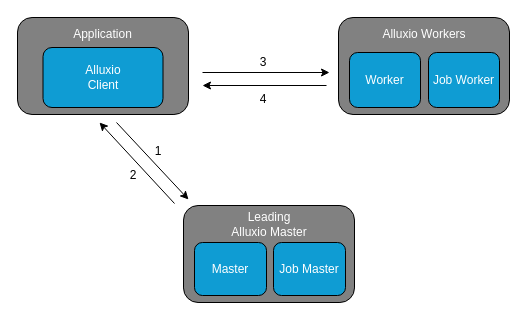
Before: alluxio FreeWorker.drawio in YichuanSun/blog_picture, a draw.io diagram. Source tidied: cells renumbered, new cells numbered last; positions are measured from the earlier drawing's top-left corner, leaving out a move shared by most shapes. Both pictures are drawn from the tidied source at 100%, with x=0, y=0 at pixel (17, 17).
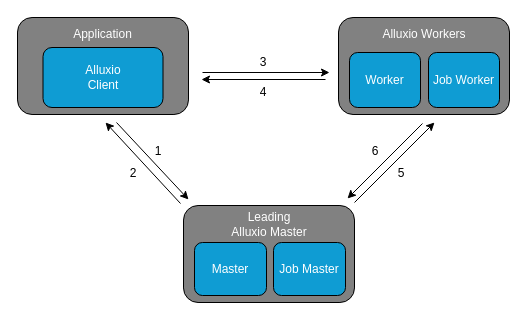
After the change.

What changed in the source:
```diff
@@
     <mxCell id="6" style="endArrow=classic;html=1;rounded=0;" parent="1" edge="1">
       <mxGeometry relative="1" as="geometry">
-        <mxPoint x="309" y="68" as="sourcePoint" />
-        <mxPoint x="185" y="68" as="targetPoint" />
+        <mxPoint x="308" y="62" as="sourcePoint" />
+        <mxPoint x="184" y="62" as="targetPoint" />
       </mxGeometry>
     </mxCell>
@@
     <mxCell id="16" style="endArrow=classic;html=1;rounded=0;" parent="1" edge="1">
       <mxGeometry relative="1" as="geometry">
-        <mxPoint x="157" y="186" as="sourcePoint" />
-        <mxPoint x="82" y="105" as="targetPoint" />
+        <mxPoint x="163" y="186" as="sourcePoint" />
+        <mxPoint x="88" y="105" as="targetPoint" />
       </mxGeometry>
     </mxCell>
@@
     <mxCell id="18" value="2" style="text;html=1;strokeColor=none;fillColor=none;align=center;verticalAlign=middle;whiteSpace=wrap;rounded=0;fontColor=#000000;" parent="1" vertex="1">
-      <mxGeometry x="85.5" y="143" width="60" height="30" as="geometry" />
+      <mxGeometry x="85.5" y="141" width="60" height="30" as="geometry" />
     </mxCell>
@@
     <mxCell id="21" value="4" style="text;html=1;strokeColor=none;fillColor=none;align=center;verticalAlign=middle;whiteSpace=wrap;rounded=0;fontColor=#000000;" parent="1" vertex="1">
-      <mxGeometry x="216" y="67" width="60" height="30" as="geometry" />
+      <mxGeometry x="216" y="60" width="60" height="30" as="geometry" />
     </mxCell>
+    <mxCell id="22" style="endArrow=classic;html=1;rounded=0;" parent="1" edge="1">
+      <mxGeometry relative="1" as="geometry">
+        <mxPoint x="337" y="185" as="sourcePoint" />
+        <mxPoint x="417" y="105" as="targetPoint" />
+      </mxGeometry>
+    </mxCell>
+    <mxCell id="23" style="endArrow=classic;html=1;rounded=0;" parent="1" edge="1">
+      <mxGeometry relative="1" as="geometry">
+        <mxPoint x="405" y="106" as="sourcePoint" />
+        <mxPoint x="330" y="181" as="targetPoint" />
+      </mxGeometry>
+    </mxCell>
+    <mxCell id="24" value="5" style="text;html=1;strokeColor=none;fillColor=none;align=center;verticalAlign=middle;whiteSpace=wrap;rounded=0;" parent="1" vertex="1">
+      <mxGeometry x="354" y="141" width="60" height="30" as="geometry" />
+    </mxCell>
+    <mxCell id="25" value="6" style="text;html=1;strokeColor=none;fillColor=none;align=center;verticalAlign=middle;whiteSpace=wrap;rounded=0;" parent="1" vertex="1">
+      <mxGeometry x="328" y="119" width="60" height="30" as="geometry" />
+    </mxCell>
```
